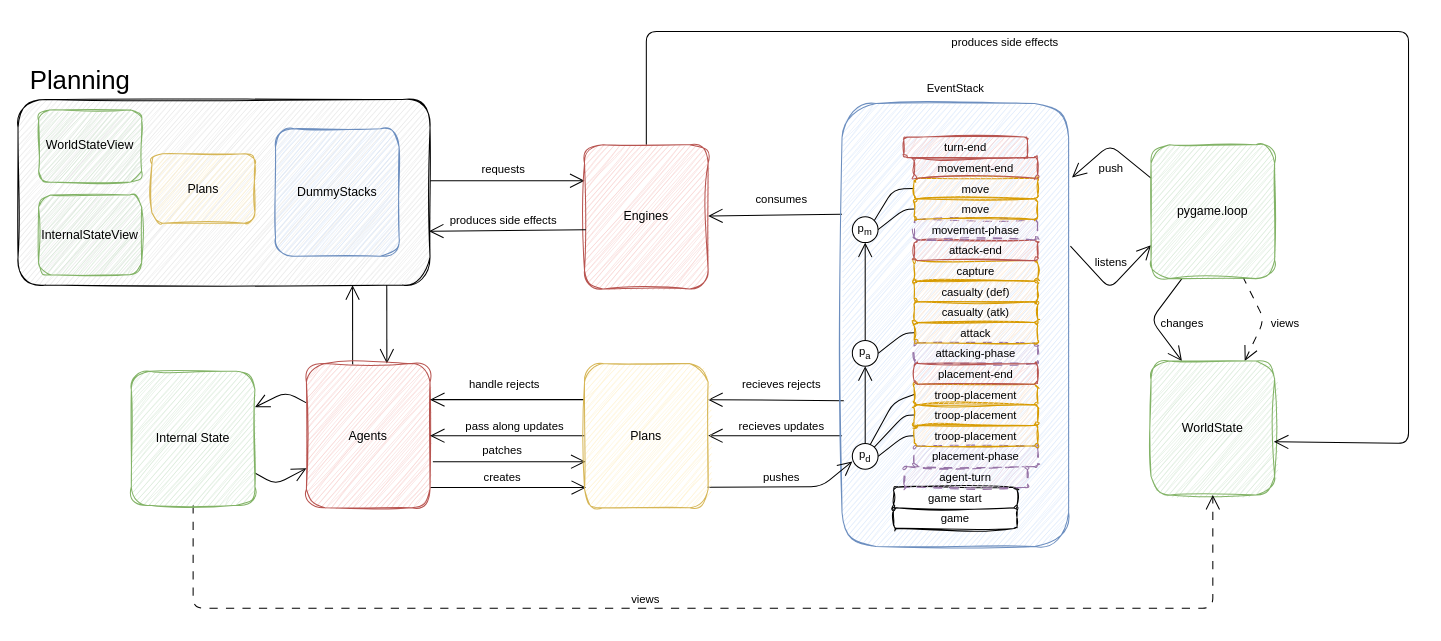
Above: architecture.drawio in AdamBanham/agent-risk (draw.io), before the change. Source tidied: cells renumbered, new cells numbered last; positions are measured from the earlier drawing's top-left corner, leaving out a move shared by most shapes. Both pictures are drawn from the tidied source at 103%, with x=0, y=0 at pixel (18, 31).
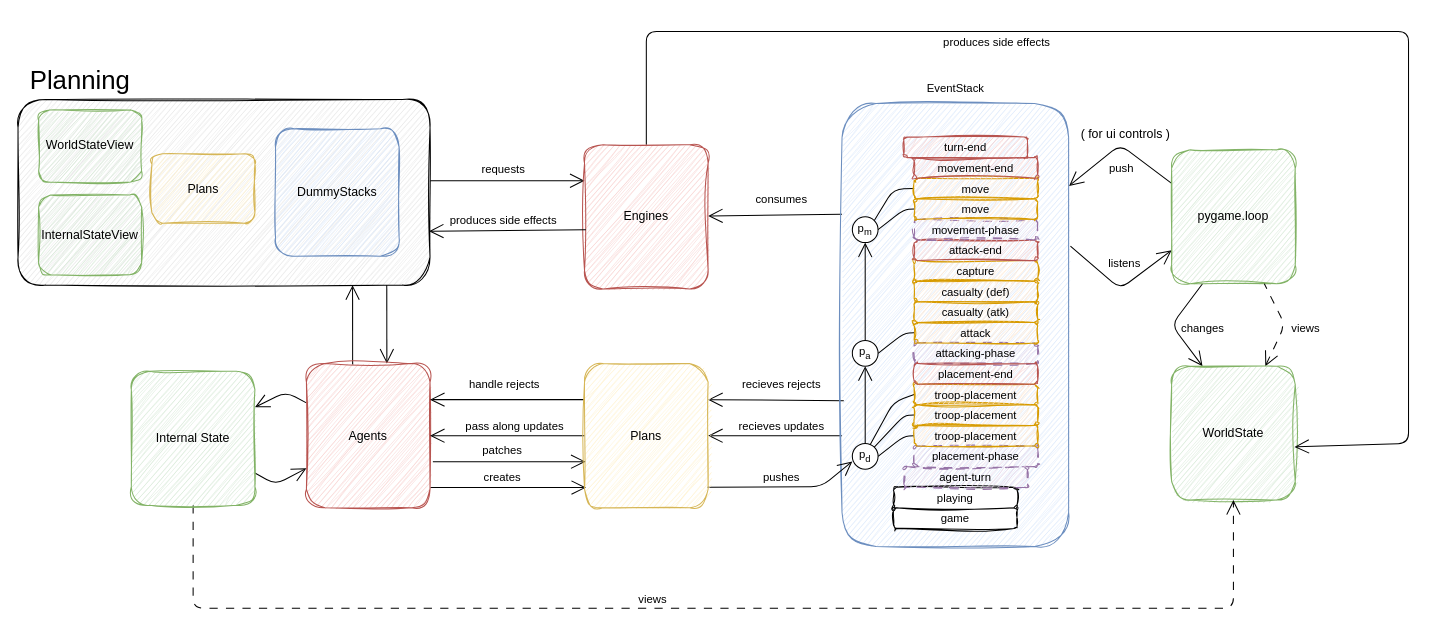
Above is the later version.

Commit message:
feat: minor adjustments to architecture diagram

Unchanged cells that the change refers to:
```xml
<mxCell id="14" style="rounded=1;whiteSpace=wrap;html=1;fillColor=#dae8fc;strokeColor=#6c8ebf;sketch=1;curveFitting=1;jiggle=2;" parent="1" vertex="1">
  <mxGeometry x="800" y="70" width="220" height="430" as="geometry" />
</mxCell>
<mxCell id="74" value="Internal State" style="rounded=1;whiteSpace=wrap;html=1;fillColor=#d5e8d4;strokeColor=#82b366;sketch=1;curveFitting=1;jiggle=2;" parent="1" vertex="1">
  <mxGeometry x="110" y="330" width="120" height="130" as="geometry" />
</mxCell>
```

What changed in the source:
```diff
@@
     <mxCell id="6" style="edgeStyle=none;shape=connector;rounded=1;html=1;strokeColor=default;align=center;verticalAlign=middle;fontFamily=Helvetica;fontSize=11;fontColor=default;labelBackgroundColor=default;startSize=12;endArrow=open;endFill=0;endSize=12;exitX=1.008;exitY=0.322;exitDx=0;exitDy=0;exitPerimeter=0;entryX=0;entryY=0.75;entryDx=0;entryDy=0;" parent="1" edge="1" source="14" target="19">
       <mxGeometry relative="1" as="geometry">
         <Array as="points">
-          <mxPoint x="1060" y="250" />
+          <mxPoint x="1070" y="250" />
         </Array>
       </mxGeometry>
     </mxCell>
@@
-    <mxCell id="15" style="edgeStyle=none;html=1;entryX=1.015;entryY=0.167;entryDx=0;entryDy=0;entryPerimeter=0;exitX=0;exitY=0.25;exitDx=0;exitDy=0;endArrow=open;endFill=0;endSize=12;startSize=12;rounded=1;" parent="1" edge="1" source="19" target="14">
+    <mxCell id="15" style="edgeStyle=none;html=1;entryX=1.002;entryY=0.186;entryDx=0;entryDy=0;entryPerimeter=0;exitX=0;exitY=0.25;exitDx=0;exitDy=0;endArrow=open;endFill=0;endSize=12;startSize=12;rounded=1;" parent="1" edge="1" source="19" target="14">
       <mxGeometry relative="1" as="geometry">
         <Array as="points">
-          <mxPoint x="1060" y="110" />
+          <mxPoint x="1070" y="110" />
         </Array>
       </mxGeometry>
     </mxCell>
@@
     <mxCell id="17" style="edgeStyle=none;shape=connector;rounded=1;html=1;strokeColor=default;align=center;verticalAlign=middle;fontFamily=Helvetica;fontSize=11;fontColor=default;labelBackgroundColor=default;startSize=12;endArrow=open;endFill=0;endSize=12;exitX=0.25;exitY=1;exitDx=0;exitDy=0;entryX=0.25;entryY=0;entryDx=0;entryDy=0;" parent="1" edge="1" source="19" target="22">
       <mxGeometry relative="1" as="geometry">
         <Array as="points">
-          <mxPoint x="1100" y="280" />
+          <mxPoint x="1120" y="285" />
         </Array>
       </mxGeometry>
     </mxCell>
@@
     <mxCell id="19" value="pygame.loop" style="rounded=1;whiteSpace=wrap;html=1;fillColor=#d5e8d4;strokeColor=#82b366;sketch=1;curveFitting=1;jiggle=2;" parent="1" vertex="1">
-      <mxGeometry x="1100" y="110" width="120" height="130" as="geometry" />
+      <mxGeometry x="1120" y="115" width="120" height="130" as="geometry" />
     </mxCell>
     <mxCell id="20" style="edgeStyle=none;shape=connector;rounded=1;html=1;strokeColor=default;align=center;verticalAlign=middle;fontFamily=Helvetica;fontSize=11;fontColor=default;labelBackgroundColor=default;startSize=12;endArrow=none;endFill=0;endSize=12;entryX=0.75;entryY=1;entryDx=0;entryDy=0;dashed=1;dashPattern=8 8;startArrow=open;startFill=0;" parent="1" edge="1" source="22" target="19">
       <mxGeometry relative="1" as="geometry">
         <Array as="points">
-          <mxPoint x="1210" y="280" />
+          <mxPoint x="1230" y="285" />
         </Array>
       </mxGeometry>
     </mxCell>
@@
     <mxCell id="22" value="WorldState" style="rounded=1;whiteSpace=wrap;html=1;fillColor=#d5e8d4;strokeColor=#82b366;sketch=1;curveFitting=1;jiggle=2;" parent="1" vertex="1">
-      <mxGeometry x="1100" y="320" width="120" height="130" as="geometry" />
+      <mxGeometry x="1120" y="325" width="120" height="130" as="geometry" />
     </mxCell>
@@
     <mxCell id="26" style="edgeStyle=none;shape=connector;rounded=1;html=1;entryX=0.5;entryY=1;entryDx=0;entryDy=0;strokeColor=default;align=center;verticalAlign=middle;fontFamily=Helvetica;fontSize=11;fontColor=default;labelBackgroundColor=default;startSize=12;endArrow=open;endFill=0;endSize=12;exitX=0.5;exitY=1;exitDx=0;exitDy=0;dashed=1;dashPattern=8 8;" parent="1" edge="1" source="74" target="22">
       <mxGeometry relative="1" as="geometry">
         <Array as="points">
           <mxPoint x="170" y="560" />
-          <mxPoint x="1160" y="560" />
+          <mxPoint x="1180" y="560" />
         </Array>
       </mxGeometry>
     </mxCell>
@@
-    <mxCell id="44" value="game start" style="rounded=1;whiteSpace=wrap;html=1;fontFamily=Helvetica;fontSize=11;fontColor=default;labelBackgroundColor=default;sketch=1;curveFitting=1;jiggle=2;fillStyle=auto;" parent="1" vertex="1">
+    <mxCell id="44" value="playing" style="rounded=1;whiteSpace=wrap;html=1;fontFamily=Helvetica;fontSize=11;fontColor=default;labelBackgroundColor=default;sketch=1;curveFitting=1;jiggle=2;fillStyle=auto;" parent="1" vertex="1">
       <mxGeometry x="850" y="442.5" width="120" height="20" as="geometry" />
     </mxCell>
@@
+    <mxCell id="82" value="( for ui controls )" style="text;html=1;align=center;verticalAlign=middle;strokeColor=none;fillColor=none;" parent="1" vertex="1">
+      <mxGeometry x="1020" y="85" width="110" height="30" as="geometry" />
+    </mxCell>
```
